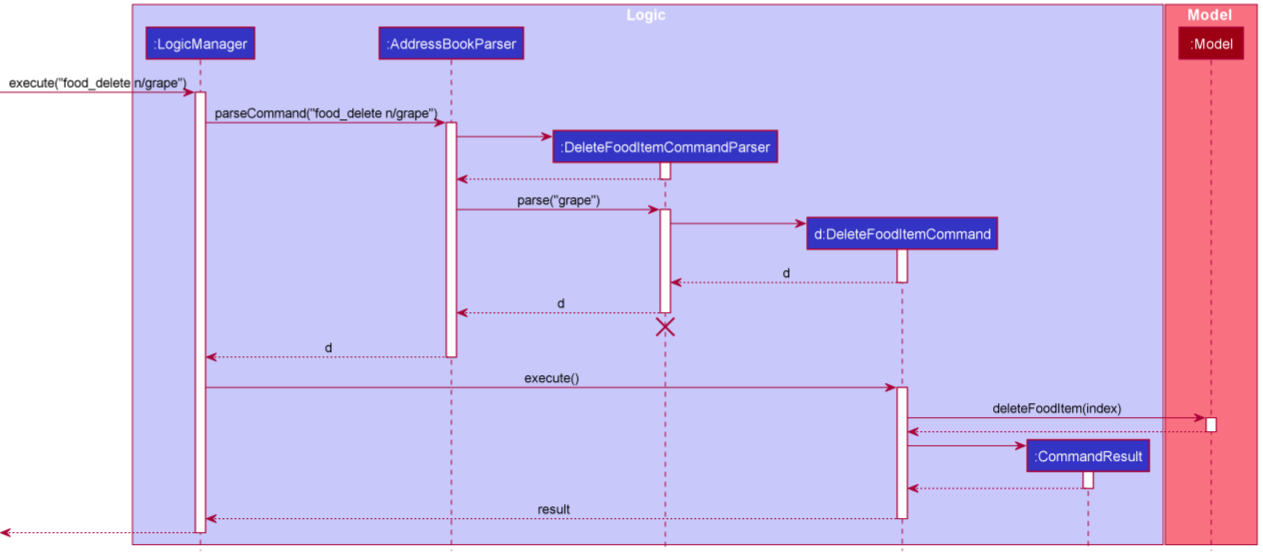
Earlier version of the PlantUML export docs/images/DeleteSequenceDiagram.png (nus-cs2103-AY2021S2/tp). Its source is kept beside it as docs/diagrams/DeleteSequenceDiagram.puml.
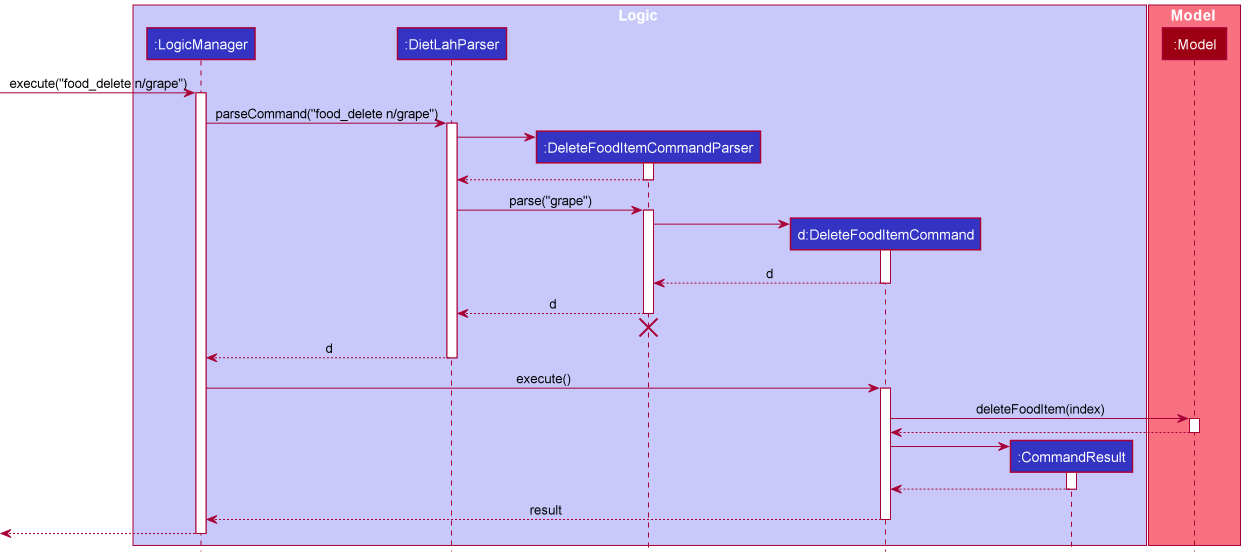
The same file after the commit.

Commit message:
Fix delete sequence diagram

The edit, as a diff of the source:
```diff
@@ -3,7 +3,7 @@
 
 box Logic LOGIC_COLOR_T1
 participant ":LogicManager" as LogicManager LOGIC_COLOR
-participant ":AddressBookParser" as AddressBookParser LOGIC_COLOR
+participant ":DietLahParser" as DietLahParser LOGIC_COLOR
 participant ":DeleteFoodItemCommandParser" as DeleteFoodItemCommandParser LOGIC_COLOR
 participant "d:DeleteFoodItemCommand" as DeleteFoodItemCommand LOGIC_COLOR
 participant ":CommandResult" as CommandResult LOGIC_COLOR
@@ -16,17 +16,17 @@
 [-> LogicManager : execute("food_delete n/grape")
 activate LogicManager
 
-LogicManager -> AddressBookParser : parseCommand("food_delete n/grape")
-activate AddressBookParser
+LogicManager -> DietLahParser : parseCommand("food_delete n/grape")
+activate DietLahParser
 
 create DeleteFoodItemCommandParser
-AddressBookParser -> DeleteFoodItemCommandParser
+DietLahParser -> DeleteFoodItemCommandParser
 activate DeleteFoodItemCommandParser
 
-DeleteFoodItemCommandParser --> AddressBookParser
+DeleteFoodItemCommandParser --> DietLahParser
 deactivate DeleteFoodItemCommandParser
 
-AddressBookParser -> DeleteFoodItemCommandParser : parse("grape")
+DietLahParser -> DeleteFoodItemCommandParser : parse("grape")
 activate DeleteFoodItemCommandParser
 
 create DeleteFoodItemCommand
@@ -36,13 +36,13 @@
 DeleteFoodItemCommand --> DeleteFoodItemCommandParser : d
 deactivate DeleteFoodItemCommand
 
-DeleteFoodItemCommandParser --> AddressBookParser : d
+DeleteFoodItemCommandParser --> DietLahParser : d
 deactivate DeleteFoodItemCommandParser
-DeleteFoodItemCommandParser -[hidden]-> AddressBookParser
+DeleteFoodItemCommandParser -[hidden]-> DietLahParser
 destroy DeleteFoodItemCommandParser
 
-AddressBookParser --> LogicManager : d
-deactivate AddressBookParser
+DietLahParser --> LogicManager : d
+deactivate DietLahParser
 
 LogicManager -> DeleteFoodItemCommand : execute()
 activate DeleteFoodItemCommand
```
